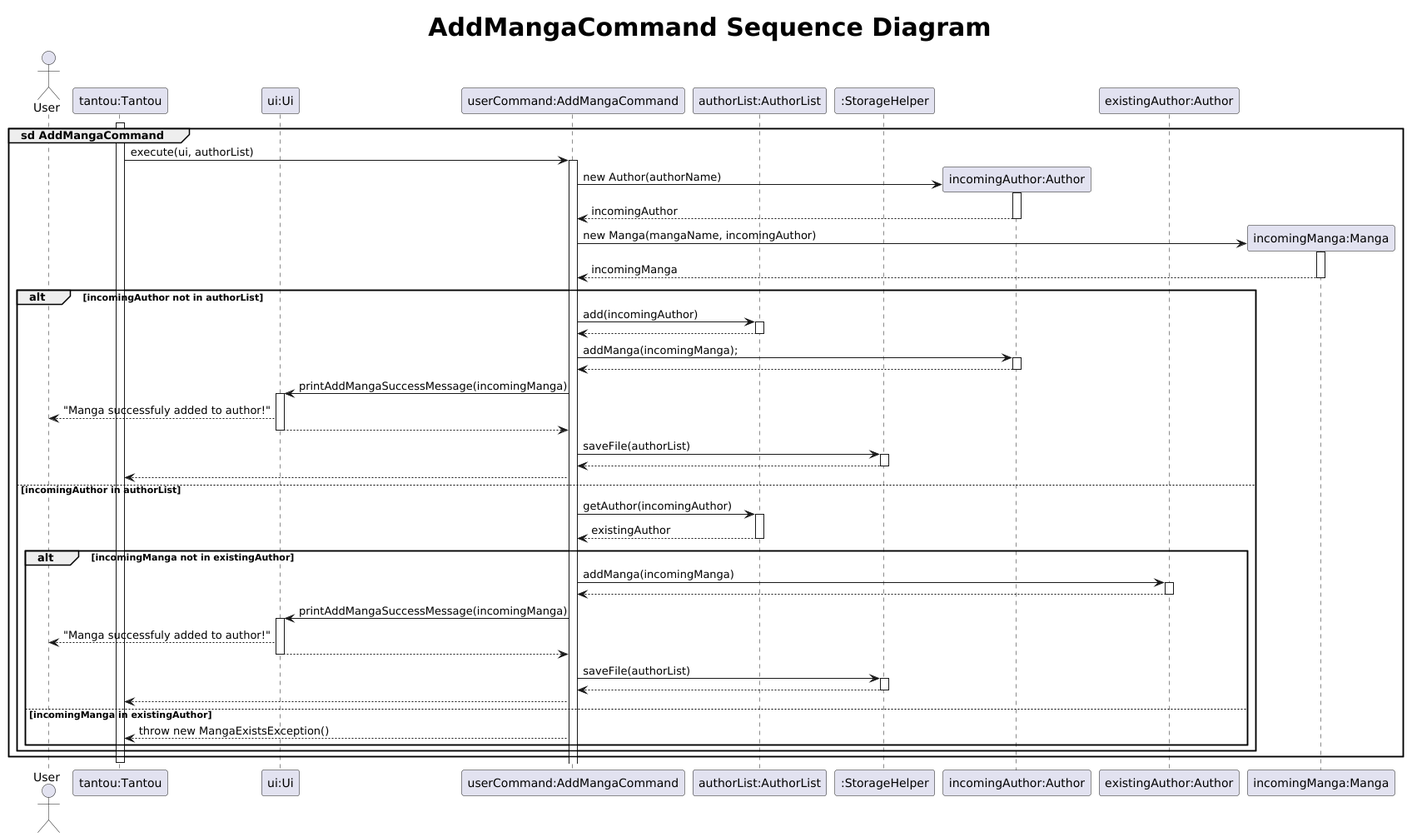
This is docs/uml/images/AddMangaSequence.png from xenthm/tp, a PlantUML export, as it was before one commit.
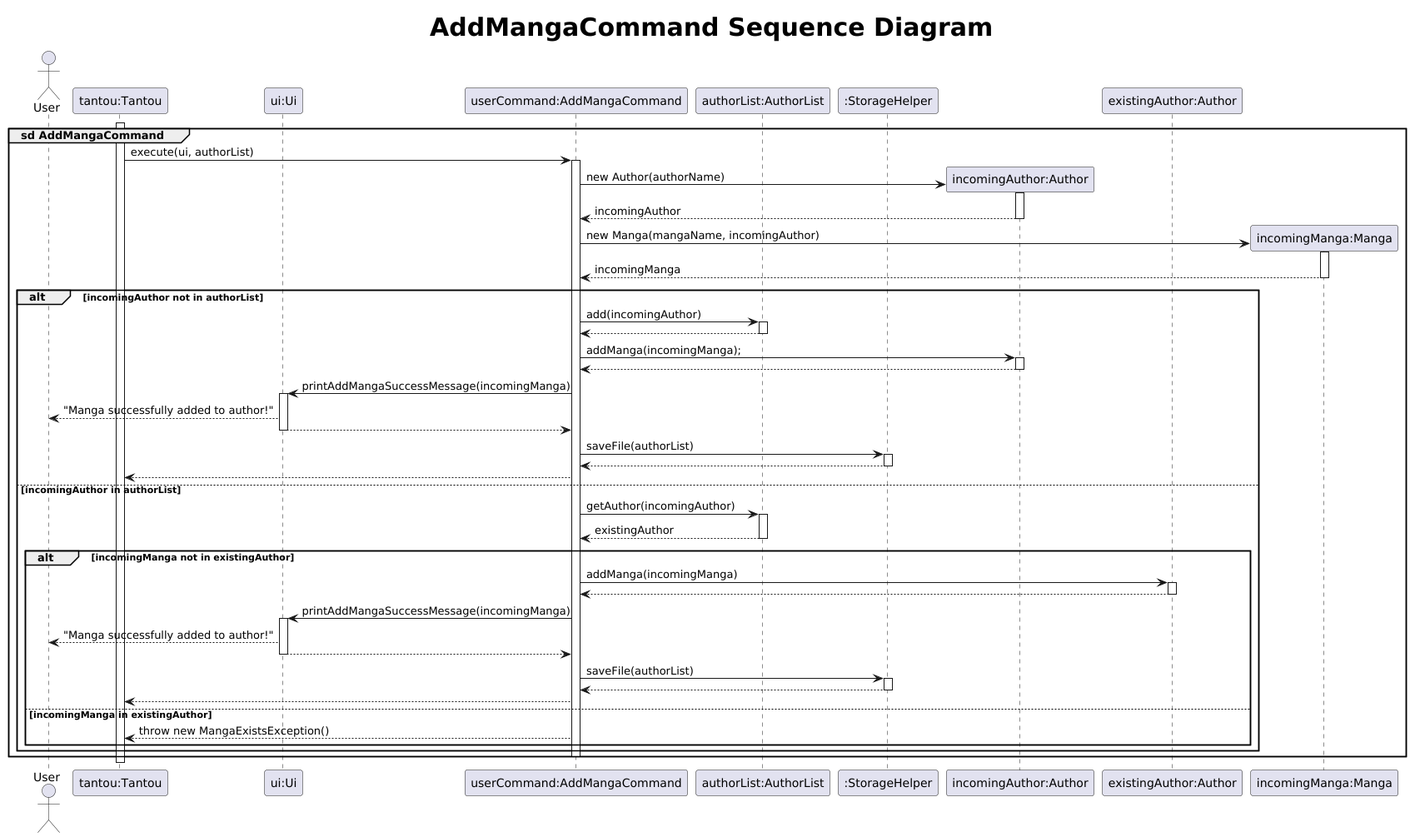
The same diagram one commit later.

Commit message:
Fix typos in sequence diagram

Change to the diagram source:
```diff
@@ -43,7 +43,7 @@
 
         userCommand -> ui : printAddMangaSuccessMessage(incomingManga)
         activate ui
-        ui --> User : "Manga successfuly added to author!"
+        ui --> User : "Manga successfully added to author!"
         ui --> userCommand
         deactivate ui
 
@@ -67,7 +67,7 @@
 
             userCommand -> ui : printAddMangaSuccessMessage(incomingManga)
             activate ui
-            ui --> User : "Manga successfuly added to author!"
+            ui --> User : "Manga successfully added to author!"
             ui --> userCommand
             deactivate ui
 
@@ -80,6 +80,8 @@
             userCommand --> tantou : throw new MangaExistsException()
         end
     end
+
+    deactivate userCommand
 end
 deactivate tantou
 autoactivate on
```
